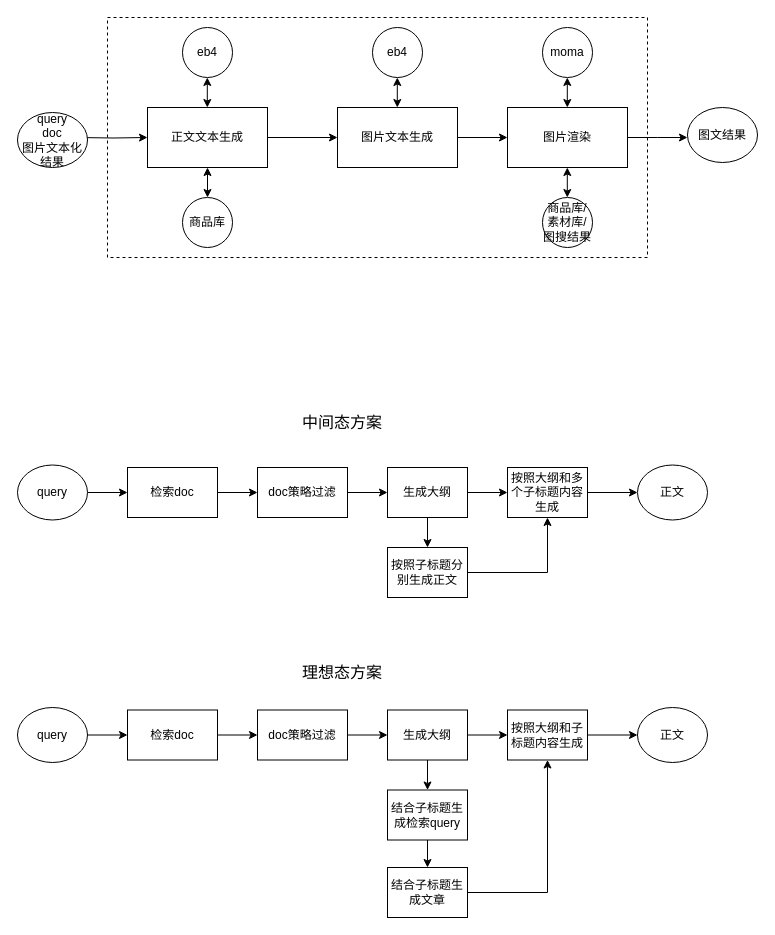
Earlier version of the draw.io diagram 秒笔.drawio (2018liuyan/one). Source tidied: cells renumbered, new cells numbered last; positions are measured from the earlier drawing's top-left corner, leaving out a move shared by most shapes. Both pictures are drawn from the tidied source at 100%, with x=0, y=0 at pixel (17, 17).
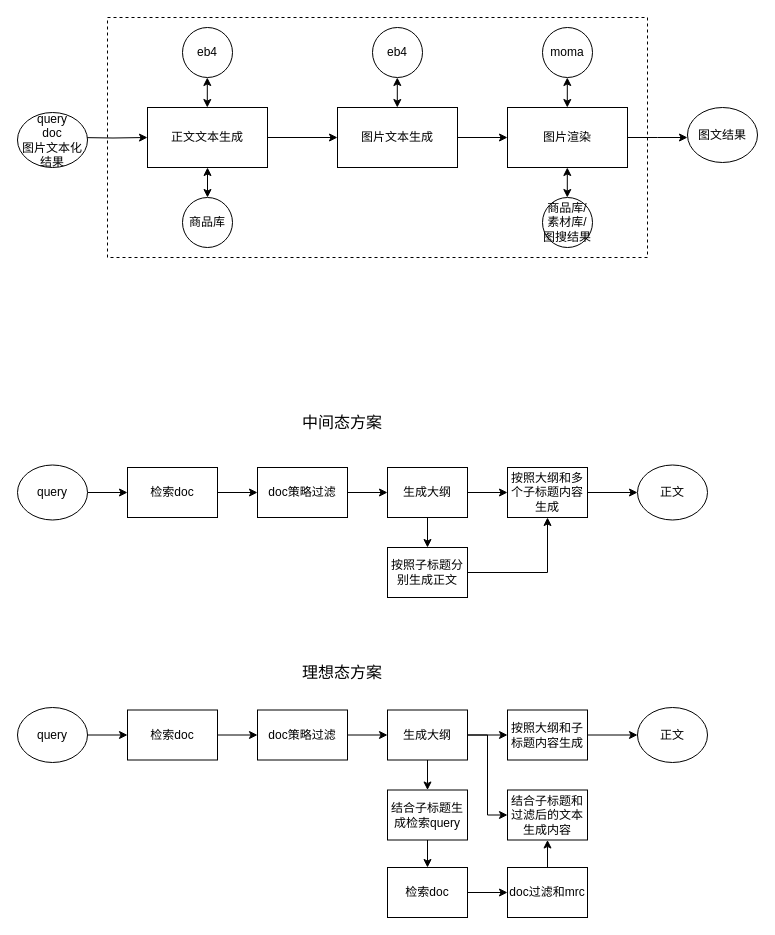
The same page after the edit.

Unchanged cells that the change refers to:
```xml
<mxCell id="46" value="生成大纲" style="rounded=0;whiteSpace=wrap;html=1;" parent="1" vertex="1">
  <mxGeometry x="370" y="692.5" width="80" height="50" as="geometry" />
</mxCell>
<mxCell id="50" value="按照大纲和子标题内容生成" style="rounded=0;whiteSpace=wrap;html=1;" parent="1" vertex="1">
  <mxGeometry x="490" y="692.5" width="80" height="50" as="geometry" />
</mxCell>
```

Diff of the diagram source:
```diff
@@
+    <mxCell id="54" style="edgeStyle=orthogonalEdgeStyle;rounded=0;jettySize=auto;html=1;entryX=0;entryY=0.5;entryDx=0;entryDy=0;" parent="1" edge="1" source="46" target="58">
+      <mxGeometry relative="1" as="geometry">
+        <Array as="points">
+          <mxPoint x="470" y="718" />
+          <mxPoint x="470" y="798" />
+        </Array>
+      </mxGeometry>
+    </mxCell>
@@
-    <mxCell id="52" style="edgeStyle=orthogonalEdgeStyle;rounded=0;jettySize=auto;html=1;entryX=0.5;entryY=1;entryDx=0;entryDy=0;" parent="1" edge="1" source="53" target="50">
-      <mxGeometry relative="1" as="geometry" />
-    </mxCell>
+    <mxCell id="55" style="edgeStyle=orthogonalEdgeStyle;rounded=0;jettySize=auto;html=1;" parent="1" edge="1" source="53" target="57">
+      <mxGeometry relative="1" as="geometry" />
+    </mxCell>
-    <mxCell id="53" value="结合子标题生成文章" style="rounded=0;whiteSpace=wrap;html=1;" parent="1" vertex="1">
+    <mxCell id="53" value="检索doc" style="rounded=0;whiteSpace=wrap;html=1;" parent="1" vertex="1">
       <mxGeometry x="370" y="850" width="80" height="50" as="geometry" />
     </mxCell>
+    <mxCell id="56" style="edgeStyle=orthogonalEdgeStyle;rounded=0;jettySize=auto;html=1;" parent="1" edge="1" source="57" target="58">
+      <mxGeometry relative="1" as="geometry" />
+    </mxCell>
+    <mxCell id="57" value="doc过滤和mrc" style="rounded=0;whiteSpace=wrap;html=1;" parent="1" vertex="1">
+      <mxGeometry x="490" y="850" width="80" height="50" as="geometry" />
+    </mxCell>
+    <mxCell id="58" value="结合子标题和过滤后的文本生成内容" style="rounded=0;whiteSpace=wrap;html=1;" parent="1" vertex="1">
+      <mxGeometry x="490" y="772.5" width="80" height="50" as="geometry" />
+    </mxCell>
```
